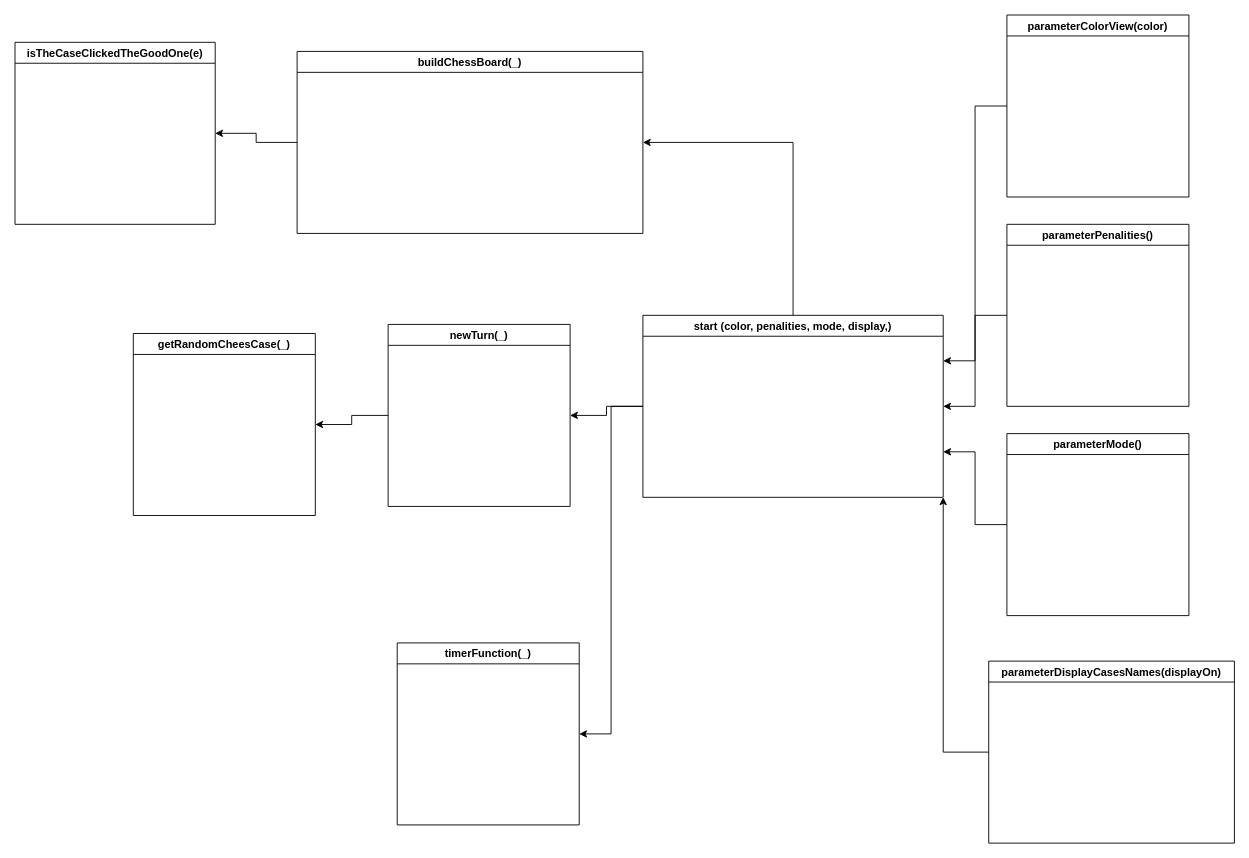
Earlier version of the draw.io diagram Untitled Diagram.drawio (LouisMaupas/chessCoordinateReverse). Source tidied: cells renumbered, new cells numbered last; positions are measured from the earlier drawing's top-left corner, leaving out a move shared by most shapes. Both pictures are drawn from the tidied source at 91%, with x=0, y=0 at pixel (15, 15).
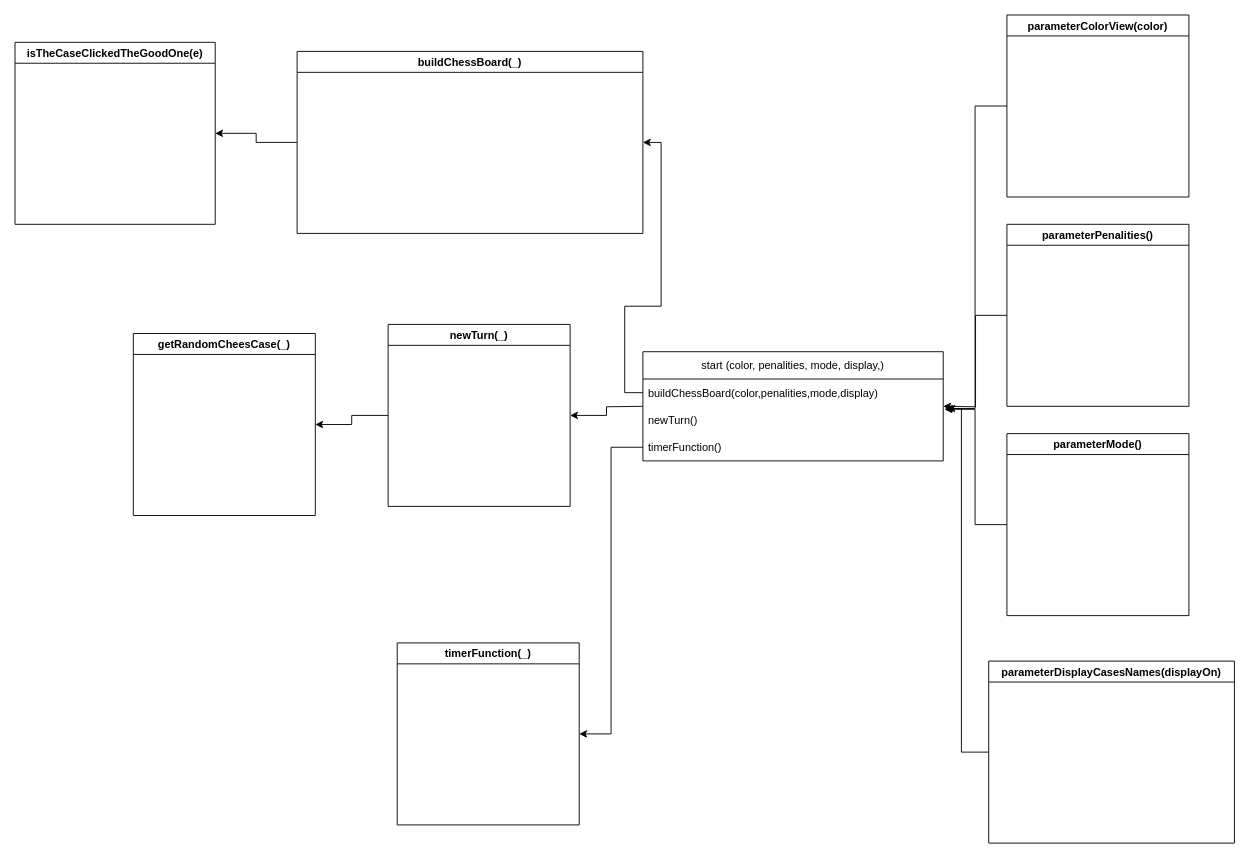
The same diagram, later.

The change refers to these unchanged cells:
```xml
<mxCell id="7" value="timerFunction(_)" style="swimlane;" parent="1" vertex="1">
  <mxGeometry x="420" y="690" width="200" height="200" as="geometry" />
</mxCell>
<mxCell id="9" value="newTurn(_)" style="swimlane;" parent="1" vertex="1">
  <mxGeometry x="410" y="340" width="200" height="200" as="geometry" />
</mxCell>
<mxCell id="12" value="buildChessBoard(_)" style="swimlane;" parent="1" vertex="1">
  <mxGeometry x="310" y="40" width="380" height="200" as="geometry" />
</mxCell>
<mxCell id="14" value="parameterDisplayCasesNames(displayOn)" style="swimlane;" parent="1" vertex="1">
  <mxGeometry x="1070" y="710" width="270" height="200" as="geometry" />
</mxCell>
<mxCell id="16" value="parameterColorView(color)" style="swimlane;" parent="1" vertex="1">
  <mxGeometry x="1090" width="200" height="200" as="geometry" />
</mxCell>
<mxCell id="18" value="parameterPenalities()" style="swimlane;" parent="1" vertex="1">
  <mxGeometry x="1090" y="230" width="200" height="200" as="geometry" />
</mxCell>
<mxCell id="20" value="parameterMode()" style="swimlane;" parent="1" vertex="1">
  <mxGeometry x="1090" y="460" width="200" height="200" as="geometry" />
</mxCell>
```

Change to the diagram source:
```diff
@@
-    <mxCell id="2" style="edgeStyle=orthogonalEdgeStyle;rounded=0;jettySize=auto;html=1;entryX=1;entryY=0.5;entryDx=0;entryDy=0;" parent="1" edge="1" source="5" target="12">
+    <mxCell id="2" style="edgeStyle=orthogonalEdgeStyle;rounded=0;jettySize=auto;html=1;entryX=1;entryY=0.5;entryDx=0;entryDy=0;exitX=0;exitY=0.5;exitDx=0;exitDy=0;" parent="1" edge="1" source="21" target="12">
       <mxGeometry relative="1" as="geometry" />
     </mxCell>
-    <mxCell id="3" style="edgeStyle=orthogonalEdgeStyle;rounded=0;jettySize=auto;html=1;entryX=1;entryY=0.5;entryDx=0;entryDy=0;" parent="1" edge="1" source="5" target="9">
-      <mxGeometry relative="1" as="geometry" />
+    <mxCell id="3" style="edgeStyle=orthogonalEdgeStyle;rounded=0;jettySize=auto;html=1;entryX=1;entryY=0.5;entryDx=0;entryDy=0;" parent="1" edge="1" target="9">
+      <mxGeometry relative="1" as="geometry">
+        <mxPoint x="690" y="430" as="sourcePoint" />
+      </mxGeometry>
     </mxCell>
-    <mxCell id="4" style="edgeStyle=orthogonalEdgeStyle;rounded=0;jettySize=auto;html=1;entryX=1;entryY=0.5;entryDx=0;entryDy=0;" parent="1" edge="1" source="5" target="7">
+    <mxCell id="4" style="edgeStyle=orthogonalEdgeStyle;rounded=0;jettySize=auto;html=1;entryX=1;entryY=0.5;entryDx=0;entryDy=0;exitX=0;exitY=0.5;exitDx=0;exitDy=0;" parent="1" edge="1" source="23" target="7">
       <mxGeometry relative="1" as="geometry" />
     </mxCell>
-    <mxCell id="5" value="start (color, penalities, mode, display,)" style="swimlane;" parent="1" vertex="1">
-      <mxGeometry x="690" y="330" width="330" height="200" as="geometry" />
-    </mxCell>
@@
-    <mxCell id="13" style="edgeStyle=orthogonalEdgeStyle;rounded=0;jettySize=auto;html=1;entryX=1;entryY=1;entryDx=0;entryDy=0;" parent="1" edge="1" source="14" target="5">
-      <mxGeometry relative="1" as="geometry" />
+    <mxCell id="13" style="edgeStyle=orthogonalEdgeStyle;rounded=0;jettySize=auto;html=1;entryX=1.006;entryY=0.081;entryDx=0;entryDy=0;entryPerimeter=0;" parent="1" edge="1" source="14" target="22">
+      <mxGeometry relative="1" as="geometry">
+        <Array as="points">
+          <mxPoint x="1040" y="810" />
+          <mxPoint x="1040" y="432" />
+        </Array>
+      </mxGeometry>
     </mxCell>
@@
-    <mxCell id="15" style="edgeStyle=orthogonalEdgeStyle;rounded=0;jettySize=auto;html=1;exitX=0;exitY=0.5;exitDx=0;exitDy=0;entryX=1;entryY=0.25;entryDx=0;entryDy=0;" parent="1" edge="1" source="16" target="5">
+    <mxCell id="15" style="edgeStyle=orthogonalEdgeStyle;rounded=0;jettySize=auto;html=1;exitX=0;exitY=0.5;exitDx=0;exitDy=0;entryX=1.014;entryY=0.081;entryDx=0;entryDy=0;entryPerimeter=0;" parent="1" edge="1" source="16" target="22">
       <mxGeometry relative="1" as="geometry" />
     </mxCell>
@@
-    <mxCell id="17" style="edgeStyle=orthogonalEdgeStyle;rounded=0;jettySize=auto;html=1;entryX=1;entryY=0.5;entryDx=0;entryDy=0;" parent="1" edge="1" source="18" target="5">
-      <mxGeometry relative="1" as="geometry" />
+    <mxCell id="17" style="edgeStyle=orthogonalEdgeStyle;rounded=0;jettySize=auto;html=1;entryX=1;entryY=0.5;entryDx=0;entryDy=0;" parent="1" edge="1" source="18">
+      <mxGeometry relative="1" as="geometry">
+        <mxPoint x="1020" y="430" as="targetPoint" />
+      </mxGeometry>
     </mxCell>
@@
-    <mxCell id="19" style="edgeStyle=orthogonalEdgeStyle;rounded=0;jettySize=auto;html=1;entryX=1;entryY=0.75;entryDx=0;entryDy=0;" parent="1" edge="1" source="20" target="5">
+    <mxCell id="19" style="edgeStyle=orthogonalEdgeStyle;rounded=0;jettySize=auto;html=1;entryX=1.004;entryY=0.111;entryDx=0;entryDy=0;entryPerimeter=0;" parent="1" edge="1" source="20" target="22">
       <mxGeometry relative="1" as="geometry" />
     </mxCell>
@@
+    <mxCell id="5" value="start (color, penalities, mode, display,)" style="swimlane;fontStyle=0;horizontal=1;startSize=30;" parent="1" vertex="1">
+      <mxGeometry x="690" y="370" width="330" height="120" as="geometry" />
+    </mxCell>
+    <mxCell id="21" value="buildChessBoard(color,penalities,mode,display)" style="text;strokeColor=none;fillColor=none;align=left;verticalAlign=middle;spacingLeft=4;spacingRight=4;overflow=hidden;points=[[0,0.5],[1,0.5]];portConstraint=eastwest;" parent="5" vertex="1">
+      <mxGeometry y="30" width="330" height="30" as="geometry" />
+    </mxCell>
+    <mxCell id="22" value="newTurn()" style="text;strokeColor=none;fillColor=none;align=left;verticalAlign=middle;spacingLeft=4;spacingRight=4;overflow=hidden;points=[[0,0.5],[1,0.5]];portConstraint=eastwest;" parent="5" vertex="1">
+      <mxGeometry y="60" width="330" height="30" as="geometry" />
+    </mxCell>
+    <mxCell id="23" value="timerFunction()" style="text;strokeColor=none;fillColor=none;align=left;verticalAlign=middle;spacingLeft=4;spacingRight=4;overflow=hidden;points=[[0,0.5],[1,0.5]];portConstraint=eastwest;" parent="5" vertex="1">
+      <mxGeometry y="90" width="330" height="30" as="geometry" />
+    </mxCell>
```
